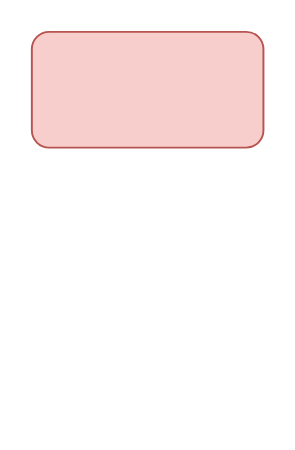
Earlier version of the draw.io diagram images/未命名绘图.drawio (menglikaibin/mindMapping). Source tidied: cells renumbered, new cells numbered last; positions are measured from the earlier drawing's top-left corner, leaving out a move shared by most shapes. Both pictures are drawn from the tidied source at 193%, with x=0, y=0 at pixel (31, 31).
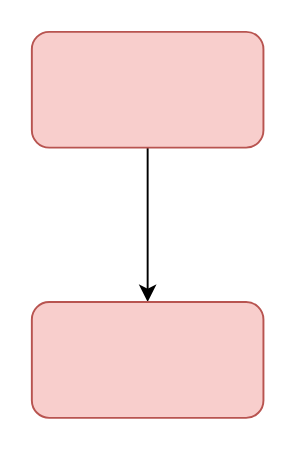
The same diagram, later.

Commit message:
更新未命名绘图.drawio

Change to the diagram source:
```diff
@@
 <mxGraphModel>
   <root>
     <mxCell id="0" />
     <mxCell id="1" parent="0" />
+    <mxCell id="3" style="edgeStyle=orthogonalEdgeStyle;rounded=0;jettySize=auto;html=1;" parent="1" edge="1" source="2" target="4">
+      <mxGeometry relative="1" as="geometry" />
+    </mxCell>
     <mxCell id="2" style="rounded=1;whiteSpace=wrap;html=1;labelBackgroundColor=none;fillColor=#f8cecc;strokeColor=#b85450;" parent="1" vertex="1">
       <mxGeometry width="120" height="60" as="geometry" />
     </mxCell>
+    <mxCell id="4" style="rounded=1;whiteSpace=wrap;html=1;labelBackgroundColor=none;fillColor=#f8cecc;strokeColor=#b85450;" parent="1" vertex="1">
+      <mxGeometry y="140" width="120" height="60" as="geometry" />
+    </mxCell>
   </root>
 </mxGraphModel>
```
